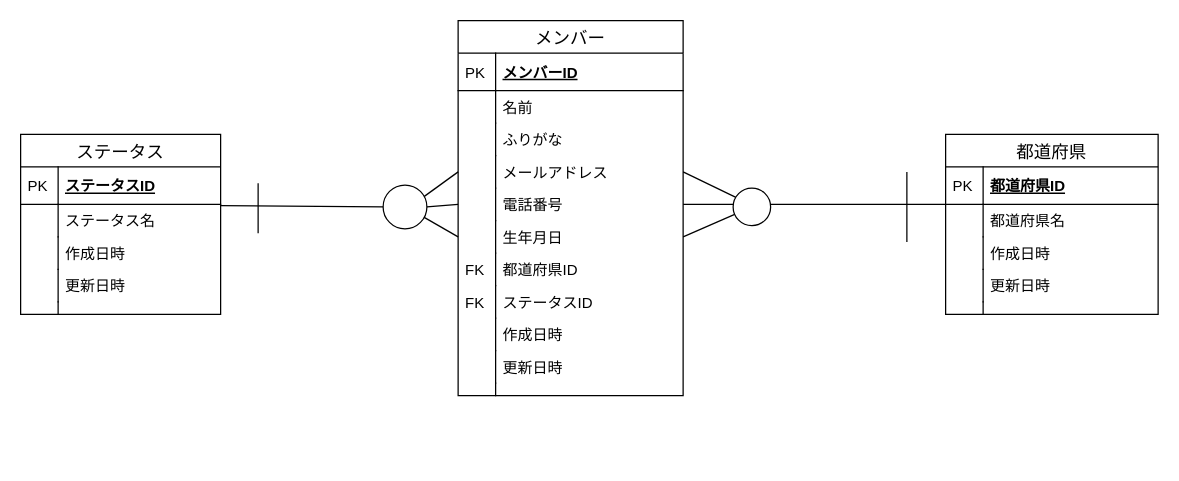
Before: db-definition.drawio in kazuyanakata/quelcode-php-db, a draw.io diagram. Source tidied: cells renumbered, new cells numbered last; positions are measured from the earlier drawing's top-left corner, leaving out a move shared by most shapes. Both pictures are drawn from the tidied source at 125%, with x=0, y=0 at pixel (20, 20).
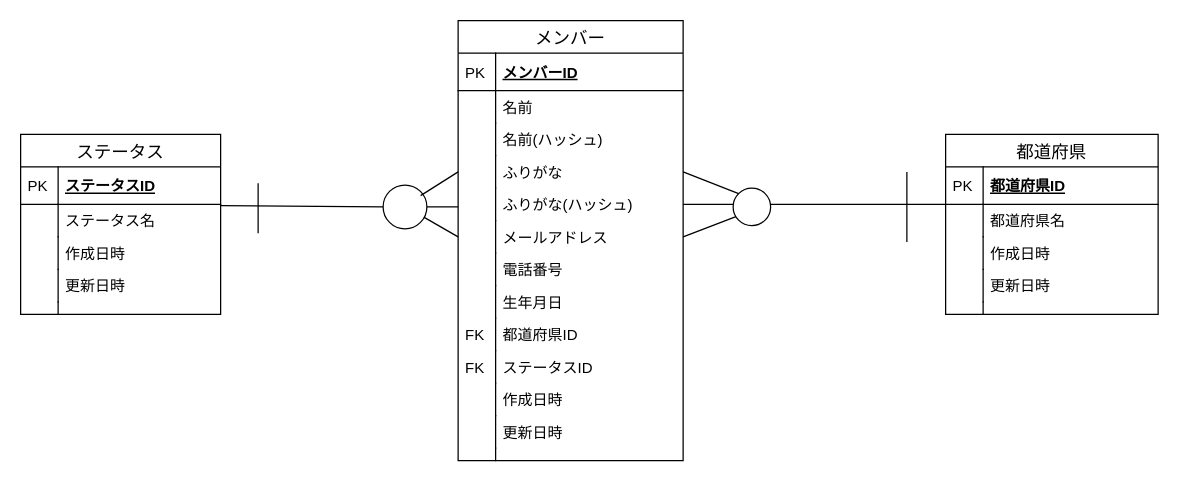
After the change.

Commit message:
データベースER図変更

Unchanged cells that the change refers to:
```xml
<mxCell id="5" style="ellipse;whiteSpace=wrap;html=1;" parent="1" vertex="1">
  <mxGeometry x="570" y="134" width="30" height="30" as="geometry" />
</mxCell>
<mxCell id="34" value="都道府県名" style="shape=partialRectangle;top=0;left=0;right=0;bottom=0;align=left;verticalAlign=top;fillColor=none;spacingLeft=34;spacingRight=4;overflow=hidden;points=[[0,0.5],[1,0.5]];portConstraint=eastwest;fontSize=12;" parent="31" vertex="1">
  <mxGeometry y="56" width="170" height="26" as="geometry" />
</mxCell>
<mxCell id="57" style="ellipse;whiteSpace=wrap;html=1;" parent="1" vertex="1">
  <mxGeometry x="290" y="131.5" width="35" height="35" as="geometry" />
</mxCell>
```

The edit, as a diff of the source:
```diff
@@
-    <mxCell id="2" style="endArrow=none;html=1;exitX=1;exitY=0.5;exitDx=0;exitDy=0;entryX=0;entryY=0;entryDx=0;entryDy=0;entryPerimeter=0;" parent="1" edge="1" source="17" target="34">
+    <mxCell id="2" style="endArrow=none;html=1;exitX=1;exitY=0.5;exitDx=0;exitDy=0;entryX=0;entryY=0;entryDx=0;entryDy=0;entryPerimeter=0;" parent="1" edge="1" source="27" target="34">
       <mxGeometry relative="1" as="geometry" />
     </mxCell>
@@
-    <mxCell id="6" style="endArrow=none;html=1;exitX=1;exitY=0.5;exitDx=0;exitDy=0;" parent="1" edge="1" target="5">
-      <mxGeometry relative="1" as="geometry">
-        <mxPoint x="530" y="173" as="sourcePoint" />
-      </mxGeometry>
-    </mxCell>
@@
     <mxCell id="8" value="メンバー" style="swimlane;fontStyle=0;horizontal=1;startSize=26;align=center;fontSize=14;" parent="1" vertex="1">
-      <mxGeometry x="350" width="180" height="300" as="geometry" />
+      <mxGeometry x="350" width="180" height="352" as="geometry" />
     </mxCell>
@@
+    <mxCell id="59" value="名前(ハッシュ)" style="shape=partialRectangle;top=0;left=0;right=0;bottom=0;align=left;verticalAlign=top;fillColor=none;spacingLeft=34;spacingRight=4;overflow=hidden;fontSize=12;" parent="8" vertex="1">
+      <mxGeometry y="82" width="180" height="26" as="geometry" />
+    </mxCell>
+    <mxCell id="60" style="shape=partialRectangle;top=0;left=0;bottom=0;fillColor=none;align=left;verticalAlign=top;spacingLeft=4;spacingRight=4;overflow=hidden;fontSize=12;" parent="59" vertex="1">
+      <mxGeometry width="30" height="26" as="geometry" />
+    </mxCell>
     <mxCell id="13" value="ふりがな" style="shape=partialRectangle;top=0;left=0;right=0;bottom=0;align=left;verticalAlign=top;fillColor=none;spacingLeft=34;spacingRight=4;overflow=hidden;points=[[0,0.5],[1,0.5]];portConstraint=eastwest;fontSize=12;" parent="8" vertex="1">
-      <mxGeometry y="82" width="180" height="26" as="geometry" />
+      <mxGeometry y="108" width="180" height="26" as="geometry" />
     </mxCell>
@@
+    <mxCell id="27" value="ふりがな(ハッシュ)" style="shape=partialRectangle;top=0;left=0;right=0;bottom=0;align=left;verticalAlign=top;fillColor=none;spacingLeft=34;spacingRight=4;overflow=hidden;points=[[0,0.5],[1,0.5]];portConstraint=eastwest;fontSize=12;" parent="8" vertex="1">
+      <mxGeometry y="134" width="180" height="26" as="geometry" />
+    </mxCell>
+    <mxCell id="28" style="shape=partialRectangle;top=0;left=0;bottom=0;fillColor=none;align=left;verticalAlign=top;spacingLeft=4;spacingRight=4;overflow=hidden;fontSize=12;" parent="27" vertex="1">
+      <mxGeometry width="30" height="26" as="geometry" />
+    </mxCell>
     <mxCell id="15" value="メールアドレス" style="shape=partialRectangle;top=0;left=0;right=0;bottom=0;align=left;verticalAlign=top;fillColor=none;spacingLeft=34;spacingRight=4;overflow=hidden;points=[[0,0.5],[1,0.5]];portConstraint=eastwest;fontSize=12;" parent="8" vertex="1">
-      <mxGeometry y="108" width="180" height="26" as="geometry" />
+      <mxGeometry y="160" width="180" height="26" as="geometry" />
     </mxCell>
@@
     <mxCell id="17" value="電話番号" style="shape=partialRectangle;top=0;left=0;right=0;bottom=0;align=left;verticalAlign=top;fillColor=none;spacingLeft=34;spacingRight=4;overflow=hidden;points=[[0,0.5],[1,0.5]];portConstraint=eastwest;fontSize=12;" parent="8" vertex="1">
-      <mxGeometry y="134" width="180" height="26" as="geometry" />
+      <mxGeometry y="186" width="180" height="26" as="geometry" />
     </mxCell>
@@
     <mxCell id="19" value="生年月日" style="shape=partialRectangle;top=0;left=0;right=0;bottom=0;align=left;verticalAlign=top;fillColor=none;spacingLeft=34;spacingRight=4;overflow=hidden;points=[[0,0.5],[1,0.5]];portConstraint=eastwest;fontSize=12;" parent="8" vertex="1">
-      <mxGeometry y="160" width="180" height="26" as="geometry" />
+      <mxGeometry y="212" width="180" height="26" as="geometry" />
     </mxCell>
@@
     <mxCell id="21" value="都道府県ID" style="shape=partialRectangle;top=0;left=0;right=0;bottom=0;align=left;verticalAlign=top;fillColor=none;spacingLeft=34;spacingRight=4;overflow=hidden;fontSize=12;" parent="8" vertex="1">
-      <mxGeometry y="186" width="180" height="26" as="geometry" />
+      <mxGeometry y="238" width="180" height="26" as="geometry" />
     </mxCell>
@@
     <mxCell id="23" value="ステータスID" style="shape=partialRectangle;top=0;left=0;right=0;bottom=0;align=left;verticalAlign=top;fillColor=none;spacingLeft=34;spacingRight=4;overflow=hidden;fontSize=12;" parent="8" vertex="1">
-      <mxGeometry y="212" width="180" height="26" as="geometry" />
+      <mxGeometry y="264" width="180" height="26" as="geometry" />
     </mxCell>
@@
     <mxCell id="25" value="作成日時" style="shape=partialRectangle;top=0;left=0;right=0;bottom=0;align=left;verticalAlign=top;fillColor=none;spacingLeft=34;spacingRight=4;overflow=hidden;fontSize=12;" parent="8" vertex="1">
-      <mxGeometry y="238" width="180" height="26" as="geometry" />
+      <mxGeometry y="290" width="180" height="26" as="geometry" />
     </mxCell>
@@
-    <mxCell id="27" value="更新日時" style="shape=partialRectangle;top=0;left=0;right=0;bottom=0;align=left;verticalAlign=top;fillColor=none;spacingLeft=34;spacingRight=4;overflow=hidden;points=[[0,0.5],[1,0.5]];portConstraint=eastwest;fontSize=12;" parent="8" vertex="1">
-      <mxGeometry y="264" width="180" height="26" as="geometry" />
-    </mxCell>
-    <mxCell id="28" style="shape=partialRectangle;top=0;left=0;bottom=0;fillColor=none;align=left;verticalAlign=top;spacingLeft=4;spacingRight=4;overflow=hidden;fontSize=12;" parent="27" vertex="1">
-      <mxGeometry width="30" height="26" as="geometry" />
-    </mxCell>
+    <mxCell id="61" value="更新日時" style="shape=partialRectangle;top=0;left=0;right=0;bottom=0;align=left;verticalAlign=top;fillColor=none;spacingLeft=34;spacingRight=4;overflow=hidden;fontSize=12;" parent="8" vertex="1">
+      <mxGeometry y="316" width="180" height="26" as="geometry" />
+    </mxCell>
+    <mxCell id="62" style="shape=partialRectangle;top=0;left=0;bottom=0;fillColor=none;align=left;verticalAlign=top;spacingLeft=4;spacingRight=4;overflow=hidden;fontSize=12;" parent="61" vertex="1">
+      <mxGeometry width="30" height="26" as="geometry" />
+    </mxCell>
     <mxCell id="29" style="shape=partialRectangle;top=0;left=0;right=0;bottom=0;align=left;verticalAlign=top;fillColor=none;spacingLeft=34;spacingRight=4;overflow=hidden;fontSize=12;" parent="8" vertex="1">
-      <mxGeometry y="290" width="180" height="10" as="geometry" />
+      <mxGeometry y="342" width="180" height="10" as="geometry" />
     </mxCell>
@@
-    <mxCell id="54" style="endArrow=none;html=1;exitX=1;exitY=0.5;exitDx=0;exitDy=0;entryX=0;entryY=0.5;entryDx=0;entryDy=0;" parent="1" edge="1" source="57" target="17">
-      <mxGeometry relative="1" as="geometry" />
+    <mxCell id="54" style="endArrow=none;html=1;exitX=1;exitY=0.5;exitDx=0;exitDy=0;" parent="1" edge="1" source="57">
+      <mxGeometry relative="1" as="geometry">
+        <mxPoint x="350" y="149" as="targetPoint" />
+      </mxGeometry>
     </mxCell>
-    <mxCell id="55" style="endArrow=none;html=1;entryX=0;entryY=0.5;entryDx=0;entryDy=0;" parent="1" edge="1" target="19">
+    <mxCell id="55" style="endArrow=none;html=1;entryX=0;entryY=0.5;entryDx=0;entryDy=0;" parent="1" edge="1" target="15">
       <mxGeometry relative="1" as="geometry">
         <mxPoint x="310" y="150" as="sourcePoint" />
       </mxGeometry>
     </mxCell>
-    <mxCell id="56" style="endArrow=none;html=1;entryX=0;entryY=0.5;entryDx=0;entryDy=0;" parent="1" edge="1" target="15">
-      <mxGeometry relative="1" as="geometry">
-        <mxPoint x="310" y="150" as="sourcePoint" />
-      </mxGeometry>
-    </mxCell>
@@
+    <mxCell id="63" style="endArrow=none;html=1;entryX=0;entryY=0.5;entryDx=0;entryDy=0;" parent="1" edge="1" target="13">
+      <mxGeometry relative="1" as="geometry">
+        <mxPoint x="320" y="140" as="sourcePoint" />
+      </mxGeometry>
+    </mxCell>
+    <mxCell id="64" style="endArrow=none;html=1;exitX=1;exitY=0.5;exitDx=0;exitDy=0;entryX=0;entryY=0;entryDx=0;entryDy=0;" parent="1" edge="1" source="13" target="5">
+      <mxGeometry relative="1" as="geometry" />
+    </mxCell>
```
